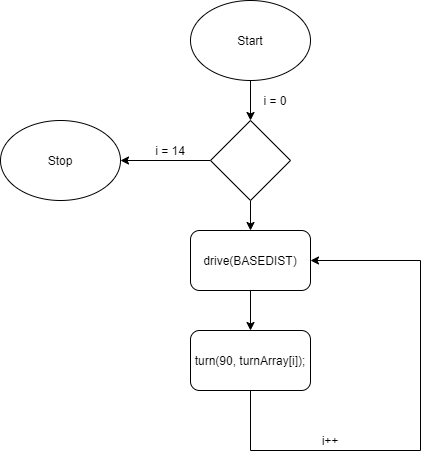
The draw.io diagram verkefni1/verkefni2.drawio.png in SiggiMatti/ROBO2, before a commit. Source tidied: cells renumbered, new cells last; positions are measured from the earlier drawing's top-left corner, leaving out a move shared by most shapes. Source of this version:
```xml
<mxGraphModel>
  <root>
    <mxCell id="0" />
    <mxCell id="1" parent="0" />
    <mxCell id="2" style="edgeStyle=orthogonalEdgeStyle;rounded=0;jettySize=auto;html=1;" parent="1" edge="1" source="3" target="6">
      <mxGeometry relative="1" as="geometry" />
    </mxCell>
    <mxCell id="3" style="ellipse;whiteSpace=wrap;html=1;" parent="1" vertex="1">
      <mxGeometry x="190" width="120" height="80" as="geometry" />
    </mxCell>
    <mxCell id="4" style="edgeStyle=orthogonalEdgeStyle;rounded=0;jettySize=auto;html=1;entryX=1;entryY=0.5;entryDx=0;entryDy=0;" parent="1" edge="1" source="6">
      <mxGeometry relative="1" as="geometry">
        <mxPoint x="120" y="160" as="targetPoint" />
      </mxGeometry>
    </mxCell>
    <mxCell id="5" style="edgeStyle=orthogonalEdgeStyle;rounded=0;jettySize=auto;html=1;" parent="1" edge="1" source="6" target="8">
      <mxGeometry relative="1" as="geometry" />
    </mxCell>
    <mxCell id="6" style="rhombus;whiteSpace=wrap;html=1;" parent="1" vertex="1">
      <mxGeometry x="210" y="120" width="80" height="80" as="geometry" />
    </mxCell>
    <mxCell id="7" style="edgeStyle=orthogonalEdgeStyle;rounded=0;jettySize=auto;html=1;" parent="1" edge="1" source="8" target="9">
      <mxGeometry relative="1" as="geometry" />
    </mxCell>
    <mxCell id="8" style="rounded=1;whiteSpace=wrap;html=1;" parent="1" vertex="1">
      <mxGeometry x="190" y="230" width="120" height="60" as="geometry" />
    </mxCell>
    <mxCell id="9" style="rounded=1;whiteSpace=wrap;html=1;" parent="1" vertex="1">
      <mxGeometry x="190" y="330" width="120" height="60" as="geometry" />
    </mxCell>
    <mxCell id="10" value="i = 14" style="text;html=1;strokeColor=none;fillColor=none;align=center;verticalAlign=middle;whiteSpace=wrap;rounded=0;" parent="1" vertex="1">
      <mxGeometry x="150" y="140" width="40" height="20" as="geometry" />
    </mxCell>
    <mxCell id="11" value="drive(BASEDIST)" style="text;html=1;strokeColor=none;fillColor=none;align=center;verticalAlign=middle;whiteSpace=wrap;rounded=0;" parent="1" vertex="1">
      <mxGeometry x="230" y="250" width="40" height="20" as="geometry" />
    </mxCell>
    <mxCell id="12" style="ellipse;whiteSpace=wrap;html=1;" parent="1" vertex="1">
      <mxGeometry y="120" width="120" height="80" as="geometry" />
    </mxCell>
    <mxCell id="13" style="endArrow=none;html=1;entryX=0.5;entryY=1;entryDx=0;entryDy=0;" parent="1" edge="1" target="9">
      <mxGeometry relative="1" as="geometry">
        <mxPoint x="250" y="450" as="sourcePoint" />
      </mxGeometry>
    </mxCell>
    <mxCell id="14" style="endArrow=none;html=1;" parent="1" edge="1">
      <mxGeometry relative="1" as="geometry">
        <mxPoint x="250" y="450" as="sourcePoint" />
        <mxPoint x="420" y="450" as="targetPoint" />
      </mxGeometry>
    </mxCell>
    <mxCell id="15" style="endArrow=none;html=1;" parent="1" edge="1">
      <mxGeometry relative="1" as="geometry">
        <mxPoint x="420" y="450" as="sourcePoint" />
        <mxPoint x="420" y="260" as="targetPoint" />
      </mxGeometry>
    </mxCell>
    <mxCell id="16" style="endArrow=classic;html=1;entryX=1;entryY=0.5;entryDx=0;entryDy=0;" parent="1" edge="1" target="8">
      <mxGeometry relative="1" as="geometry">
        <mxPoint x="420" y="260" as="sourcePoint" />
      </mxGeometry>
    </mxCell>
    <mxCell id="17" value="turn(90, turnArray[i]);" style="text;html=1;strokeColor=none;fillColor=none;align=center;verticalAlign=middle;whiteSpace=wrap;rounded=0;" parent="1" vertex="1">
      <mxGeometry x="190" y="350" width="120" height="20" as="geometry" />
    </mxCell>
    <mxCell id="18" value="Start" style="text;html=1;strokeColor=none;fillColor=none;align=center;verticalAlign=middle;whiteSpace=wrap;rounded=0;" parent="1" vertex="1">
      <mxGeometry x="230" y="30" width="40" height="20" as="geometry" />
    </mxCell>
    <mxCell id="19" value="i = 0" style="text;html=1;strokeColor=none;fillColor=none;align=center;verticalAlign=middle;whiteSpace=wrap;rounded=0;" parent="1" vertex="1">
      <mxGeometry x="255" y="90" width="40" height="20" as="geometry" />
    </mxCell>
    <mxCell id="20" value="i++" style="text;html=1;strokeColor=none;fillColor=none;align=center;verticalAlign=middle;whiteSpace=wrap;rounded=0;" parent="1" vertex="1">
      <mxGeometry x="310" y="430" width="40" height="20" as="geometry" />
    </mxCell>
    <mxCell id="21" value="Stop" style="text;html=1;strokeColor=none;fillColor=none;align=center;verticalAlign=middle;whiteSpace=wrap;rounded=0;" parent="1" vertex="1">
      <mxGeometry x="40" y="150" width="40" height="20" as="geometry" />
    </mxCell>
  </root>
</mxGraphModel>
```
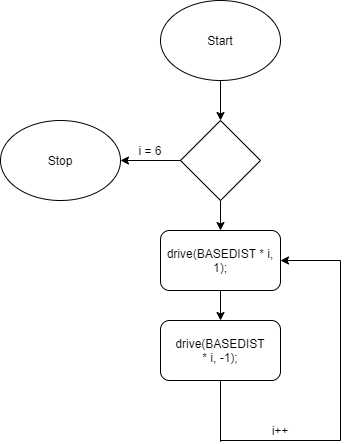
Above is the later version.

The edit, as a diff of the source:
```diff
@@ -2,77 +2,72 @@
   <root>
     <mxCell id="0" />
     <mxCell id="1" parent="0" />
-    <mxCell id="2" style="edgeStyle=orthogonalEdgeStyle;rounded=0;jettySize=auto;html=1;" parent="1" edge="1" source="3" target="6">
-      <mxGeometry relative="1" as="geometry" />
-    </mxCell>
-    <mxCell id="3" style="ellipse;whiteSpace=wrap;html=1;" parent="1" vertex="1">
-      <mxGeometry x="190" width="120" height="80" as="geometry" />
-    </mxCell>
-    <mxCell id="4" style="edgeStyle=orthogonalEdgeStyle;rounded=0;jettySize=auto;html=1;entryX=1;entryY=0.5;entryDx=0;entryDy=0;" parent="1" edge="1" source="6">
-      <mxGeometry relative="1" as="geometry">
-        <mxPoint x="120" y="160" as="targetPoint" />
-      </mxGeometry>
-    </mxCell>
-    <mxCell id="5" style="edgeStyle=orthogonalEdgeStyle;rounded=0;jettySize=auto;html=1;" parent="1" edge="1" source="6" target="8">
-      <mxGeometry relative="1" as="geometry" />
-    </mxCell>
-    <mxCell id="6" style="rhombus;whiteSpace=wrap;html=1;" parent="1" vertex="1">
-      <mxGeometry x="210" y="120" width="80" height="80" as="geometry" />
-    </mxCell>
-    <mxCell id="7" style="edgeStyle=orthogonalEdgeStyle;rounded=0;jettySize=auto;html=1;" parent="1" edge="1" source="8" target="9">
-      <mxGeometry relative="1" as="geometry" />
-    </mxCell>
-    <mxCell id="8" style="rounded=1;whiteSpace=wrap;html=1;" parent="1" vertex="1">
-      <mxGeometry x="190" y="230" width="120" height="60" as="geometry" />
-    </mxCell>
-    <mxCell id="9" style="rounded=1;whiteSpace=wrap;html=1;" parent="1" vertex="1">
-      <mxGeometry x="190" y="330" width="120" height="60" as="geometry" />
-    </mxCell>
-    <mxCell id="10" value="i = 14" style="text;html=1;strokeColor=none;fillColor=none;align=center;verticalAlign=middle;whiteSpace=wrap;rounded=0;" parent="1" vertex="1">
-      <mxGeometry x="150" y="140" width="40" height="20" as="geometry" />
-    </mxCell>
-    <mxCell id="11" value="drive(BASEDIST)" style="text;html=1;strokeColor=none;fillColor=none;align=center;verticalAlign=middle;whiteSpace=wrap;rounded=0;" parent="1" vertex="1">
-      <mxGeometry x="230" y="250" width="40" height="20" as="geometry" />
-    </mxCell>
-    <mxCell id="12" style="ellipse;whiteSpace=wrap;html=1;" parent="1" vertex="1">
-      <mxGeometry y="120" width="120" height="80" as="geometry" />
-    </mxCell>
-    <mxCell id="13" style="endArrow=none;html=1;entryX=0.5;entryY=1;entryDx=0;entryDy=0;" parent="1" edge="1" target="9">
-      <mxGeometry relative="1" as="geometry">
-        <mxPoint x="250" y="450" as="sourcePoint" />
-      </mxGeometry>
-    </mxCell>
-    <mxCell id="14" style="endArrow=none;html=1;" parent="1" edge="1">
-      <mxGeometry relative="1" as="geometry">
-        <mxPoint x="250" y="450" as="sourcePoint" />
-        <mxPoint x="420" y="450" as="targetPoint" />
-      </mxGeometry>
-    </mxCell>
-    <mxCell id="15" style="endArrow=none;html=1;" parent="1" edge="1">
-      <mxGeometry relative="1" as="geometry">
-        <mxPoint x="420" y="450" as="sourcePoint" />
-        <mxPoint x="420" y="260" as="targetPoint" />
-      </mxGeometry>
-    </mxCell>
-    <mxCell id="16" style="endArrow=classic;html=1;entryX=1;entryY=0.5;entryDx=0;entryDy=0;" parent="1" edge="1" target="8">
-      <mxGeometry relative="1" as="geometry">
-        <mxPoint x="420" y="260" as="sourcePoint" />
-      </mxGeometry>
-    </mxCell>
-    <mxCell id="17" value="turn(90, turnArray[i]);" style="text;html=1;strokeColor=none;fillColor=none;align=center;verticalAlign=middle;whiteSpace=wrap;rounded=0;" parent="1" vertex="1">
-      <mxGeometry x="190" y="350" width="120" height="20" as="geometry" />
-    </mxCell>
+    <mxCell id="22" style="edgeStyle=orthogonalEdgeStyle;rounded=0;jettySize=auto;html=1;" parent="1" edge="1" source="23" target="26">
+      <mxGeometry relative="1" as="geometry" />
+    </mxCell>
+    <mxCell id="23" style="ellipse;whiteSpace=wrap;html=1;" parent="1" vertex="1">
+      <mxGeometry x="190" y="-30" width="120" height="80" as="geometry" />
+    </mxCell>
     <mxCell id="18" value="Start" style="text;html=1;strokeColor=none;fillColor=none;align=center;verticalAlign=middle;whiteSpace=wrap;rounded=0;" parent="1" vertex="1">
-      <mxGeometry x="230" y="30" width="40" height="20" as="geometry" />
+      <mxGeometry x="230" width="40" height="20" as="geometry" />
     </mxCell>
-    <mxCell id="19" value="i = 0" style="text;html=1;strokeColor=none;fillColor=none;align=center;verticalAlign=middle;whiteSpace=wrap;rounded=0;" parent="1" vertex="1">
-      <mxGeometry x="255" y="90" width="40" height="20" as="geometry" />
-    </mxCell>
+    <mxCell id="24" style="edgeStyle=orthogonalEdgeStyle;rounded=0;jettySize=auto;html=1;entryX=0.5;entryY=0;entryDx=0;entryDy=0;" parent="1" edge="1" source="26" target="28">
+      <mxGeometry relative="1" as="geometry" />
+    </mxCell>
+    <mxCell id="25" style="edgeStyle=orthogonalEdgeStyle;rounded=0;jettySize=auto;html=1;" parent="1" edge="1" source="26" target="36">
+      <mxGeometry relative="1" as="geometry" />
+    </mxCell>
+    <mxCell id="26" style="rhombus;whiteSpace=wrap;html=1;" parent="1" vertex="1">
+      <mxGeometry x="210" y="90" width="80" height="80" as="geometry" />
+    </mxCell>
+    <mxCell id="27" style="edgeStyle=orthogonalEdgeStyle;rounded=0;jettySize=auto;html=1;" parent="1" edge="1" source="28" target="30">
+      <mxGeometry relative="1" as="geometry" />
+    </mxCell>
+    <mxCell id="28" style="rounded=1;whiteSpace=wrap;html=1;" parent="1" vertex="1">
+      <mxGeometry x="190" y="200" width="120" height="60" as="geometry" />
+    </mxCell>
+    <mxCell id="29" value="drive(BASEDIST * i, 1);" style="text;html=1;strokeColor=none;fillColor=none;align=center;verticalAlign=middle;whiteSpace=wrap;rounded=0;" parent="1" vertex="1">
+      <mxGeometry x="190" y="220" width="120" height="20" as="geometry" />
+    </mxCell>
+    <mxCell id="30" style="rounded=1;whiteSpace=wrap;html=1;" parent="1" vertex="1">
+      <mxGeometry x="190" y="290" width="120" height="60" as="geometry" />
+    </mxCell>
+    <mxCell id="31" value="drive(BASEDIST * i, -1);" style="text;html=1;strokeColor=none;fillColor=none;align=center;verticalAlign=middle;whiteSpace=wrap;rounded=0;" parent="1" vertex="1">
+      <mxGeometry x="230" y="310" width="40" height="20" as="geometry" />
+    </mxCell>
+    <mxCell id="32" style="endArrow=none;html=1;exitX=0.5;exitY=1;exitDx=0;exitDy=0;" parent="1" edge="1" source="30">
+      <mxGeometry relative="1" as="geometry">
+        <mxPoint x="250" y="411.3" as="targetPoint" />
+      </mxGeometry>
+    </mxCell>
+    <mxCell id="33" style="endArrow=none;html=1;" parent="1" edge="1">
+      <mxGeometry relative="1" as="geometry">
+        <mxPoint x="250" y="410" as="sourcePoint" />
+        <mxPoint x="370" y="410" as="targetPoint" />
+      </mxGeometry>
+    </mxCell>
+    <mxCell id="34" style="endArrow=none;html=1;" parent="1" edge="1">
+      <mxGeometry relative="1" as="geometry">
+        <mxPoint x="370" y="230" as="sourcePoint" />
+        <mxPoint x="370" y="410" as="targetPoint" />
+      </mxGeometry>
+    </mxCell>
+    <mxCell id="35" style="endArrow=classic;html=1;entryX=1;entryY=0.5;entryDx=0;entryDy=0;" parent="1" edge="1" target="28">
+      <mxGeometry relative="1" as="geometry">
+        <mxPoint x="370" y="230" as="sourcePoint" />
+      </mxGeometry>
+    </mxCell>
+    <mxCell id="36" style="ellipse;whiteSpace=wrap;html=1;" parent="1" vertex="1">
+      <mxGeometry x="30" y="90" width="120" height="80" as="geometry" />
+    </mxCell>
+    <mxCell id="21" value="Stop" style="text;html=1;strokeColor=none;fillColor=none;align=center;verticalAlign=middle;whiteSpace=wrap;rounded=0;" parent="1" vertex="1">
+      <mxGeometry x="70" y="120" width="40" height="20" as="geometry" />
+    </mxCell>
+    <mxCell id="37" value="i = 6" style="text;html=1;strokeColor=none;fillColor=none;align=center;verticalAlign=middle;whiteSpace=wrap;rounded=0;" parent="1" vertex="1">
+      <mxGeometry x="160" y="110" width="40" height="20" as="geometry" />
+    </mxCell>
     <mxCell id="20" value="i++" style="text;html=1;strokeColor=none;fillColor=none;align=center;verticalAlign=middle;whiteSpace=wrap;rounded=0;" parent="1" vertex="1">
-      <mxGeometry x="310" y="430" width="40" height="20" as="geometry" />
+      <mxGeometry x="290" y="390" width="40" height="20" as="geometry" />
     </mxCell>
-    <mxCell id="21" value="Stop" style="text;html=1;strokeColor=none;fillColor=none;align=center;verticalAlign=middle;whiteSpace=wrap;rounded=0;" parent="1" vertex="1">
-      <mxGeometry x="40" y="150" width="40" height="20" as="geometry" />
-    </mxCell>
   </root>
 </mxGraphModel>
```
